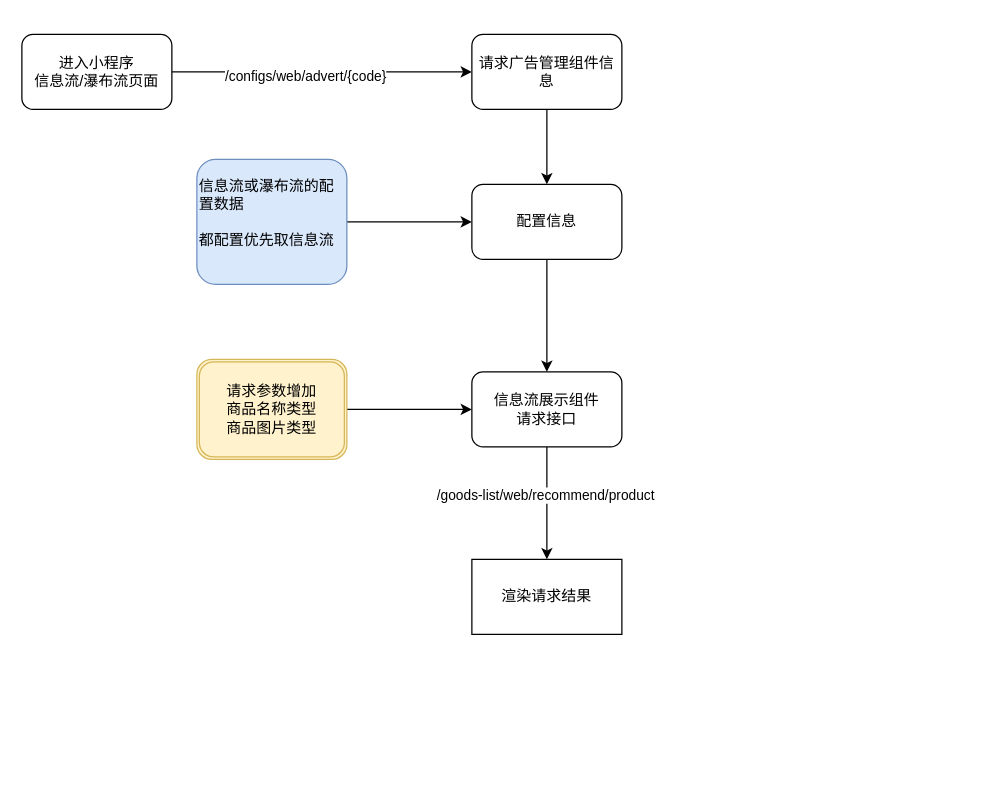
The draw.io diagram 小程序瀑布流.drawio in BwinYang/bwinyang, before the edit. Source tidied: cells renumbered, new cells numbered last; positions are measured from the earlier drawing's top-left corner, leaving out a move shared by most shapes. Both pictures are drawn from the tidied source at 125%, with x=0, y=0 at pixel (21, 34).
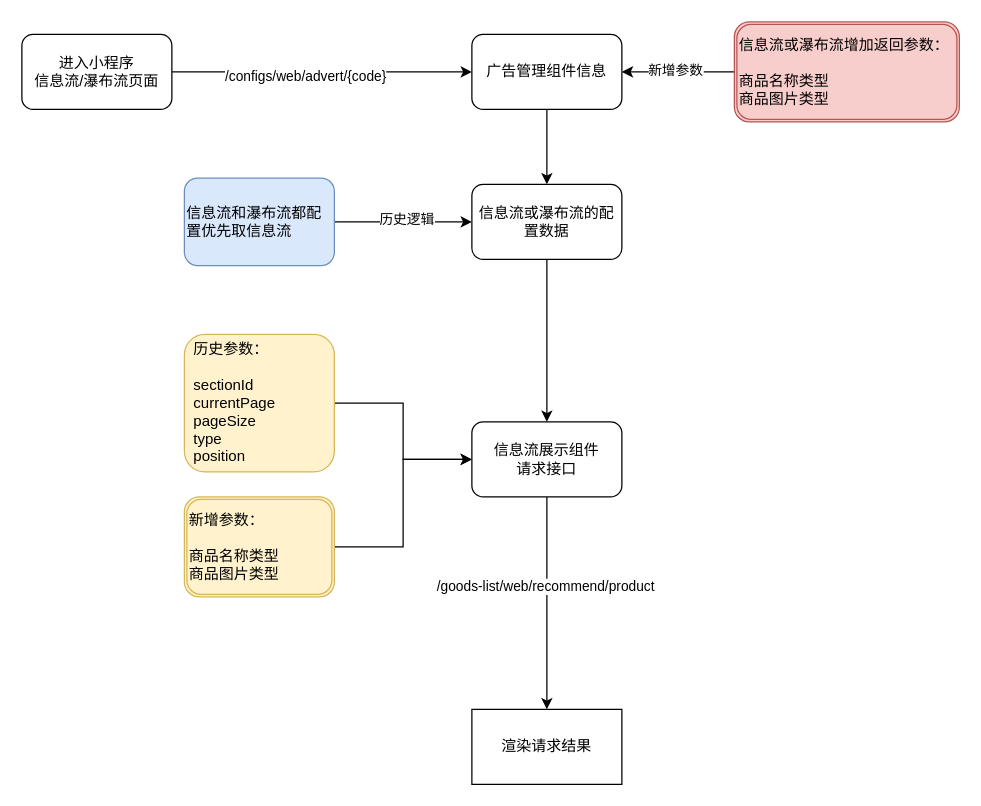
The same diagram, later.

Commit message (it also covers changes not shown here):
更新小程序瀑布流.drawio

Unchanged cells that the change refers to:
```xml
<mxCell id="10" style="edgeStyle=orthogonalEdgeStyle;rounded=0;jettySize=auto;html=1;" parent="1" edge="1" source="11" target="15">
  <mxGeometry relative="1" as="geometry" />
</mxCell>
```

The edit, as a diff of the source:
```diff
@@
-    <mxCell id="7" value="请求广告管理组件信息" style="rounded=1;whiteSpace=wrap;html=1;" parent="1" vertex="1">
+    <mxCell id="7" value="广告管理组件信息" style="rounded=1;whiteSpace=wrap;html=1;" parent="1" vertex="1">
       <mxGeometry x="360" width="120" height="60" as="geometry" />
     </mxCell>
@@
+    <mxCell id="18" value="历史逻辑" style="edgeLabel;html=1;align=center;verticalAlign=middle;" parent="10" vertex="1">
+      <mxGeometry x="0.03" y="3" relative="1" as="geometry" />
+    </mxCell>
-    <mxCell id="11" value="信息流或瀑布流的配置数据&lt;br&gt;&lt;br&gt;都配置优先取信息流&lt;br&gt;&lt;div style=&quot;&quot;&gt;&lt;br&gt;&lt;/div&gt;" style="rounded=1;whiteSpace=wrap;html=1;fillColor=#dae8fc;strokeColor=#6c8ebf;align=left;" parent="1" vertex="1">
-      <mxGeometry x="140" y="100" width="120" height="100" as="geometry" />
+    <mxCell id="11" value="&lt;br&gt;信息流和瀑布流都配置优先取信息流&lt;br&gt;&lt;div style=&quot;&quot;&gt;&lt;br&gt;&lt;/div&gt;" style="rounded=1;whiteSpace=wrap;html=1;fillColor=#dae8fc;strokeColor=#6c8ebf;align=left;" parent="1" vertex="1">
+      <mxGeometry x="130" y="115" width="120" height="70" as="geometry" />
     </mxCell>
     <mxCell id="12" value="信息流展示组件&lt;br&gt;请求接口" style="rounded=1;whiteSpace=wrap;html=1;" parent="1" vertex="1">
-      <mxGeometry x="360" y="270" width="120" height="60" as="geometry" />
+      <mxGeometry x="360" y="310" width="120" height="60" as="geometry" />
     </mxCell>
     <mxCell id="13" value="渲染请求结果" style="whiteSpace=wrap;html=1;" parent="1" vertex="1">
-      <mxGeometry x="360" y="420" width="120" height="60" as="geometry" />
+      <mxGeometry x="360" y="540" width="120" height="60" as="geometry" />
     </mxCell>
@@
-    <mxCell id="15" value="配置信息&lt;br&gt;" style="rounded=1;whiteSpace=wrap;html=1;" parent="1" vertex="1">
+    <mxCell id="15" value="信息流或瀑布流的配置数据" style="rounded=1;whiteSpace=wrap;html=1;" parent="1" vertex="1">
       <mxGeometry x="360" y="120" width="120" height="60" as="geometry" />
     </mxCell>
@@
-    <mxCell id="17" value="请求参数增加&lt;br&gt;商品名称类型&lt;br&gt;商品图片类型" style="shape=ext;double=1;rounded=1;whiteSpace=wrap;html=1;fillColor=#fff2cc;strokeColor=#d6b656;" parent="1" vertex="1">
-      <mxGeometry x="140" y="260" width="120" height="80" as="geometry" />
+    <mxCell id="17" value="新增参数：&lt;br&gt;&lt;br&gt;商品名称类型&lt;br&gt;商品图片类型" style="shape=ext;double=1;rounded=1;whiteSpace=wrap;html=1;fillColor=#fff2cc;strokeColor=#d6b656;align=left;" parent="1" vertex="1">
+      <mxGeometry x="130" y="370" width="120" height="80" as="geometry" />
     </mxCell>
+    <mxCell id="19" style="edgeStyle=orthogonalEdgeStyle;rounded=0;jettySize=auto;html=1;" parent="1" edge="1" source="21" target="7">
+      <mxGeometry relative="1" as="geometry" />
+    </mxCell>
+    <mxCell id="20" value="新增参数" style="edgeLabel;html=1;align=center;verticalAlign=middle;" parent="19" vertex="1">
+      <mxGeometry x="0.07" y="-2" relative="1" as="geometry" />
+    </mxCell>
+    <mxCell id="21" value="信息流或瀑布流增加返回参数：&lt;br&gt;&lt;br&gt;商品名称类型&lt;br style=&quot;border-color: var(--border-color);&quot;&gt;商品图片类型" style="shape=ext;double=1;rounded=1;whiteSpace=wrap;html=1;align=left;fillColor=#f8cecc;strokeColor=#b85450;" parent="1" vertex="1">
+      <mxGeometry x="570" y="-10" width="180" height="80" as="geometry" />
+    </mxCell>
+    <mxCell id="22" style="edgeStyle=orthogonalEdgeStyle;rounded=0;jettySize=auto;html=1;" parent="1" edge="1" source="23" target="12">
+      <mxGeometry relative="1" as="geometry" />
+    </mxCell>
+    <mxCell id="23" value="&lt;div style=&quot;border-color: var(--border-color); text-align: left;&quot;&gt;&amp;nbsp;&amp;nbsp;&lt;span style=&quot;background-color: initial;&quot;&gt;历史参数：&lt;/span&gt;&lt;/div&gt;&lt;div style=&quot;border-color: var(--border-color); text-align: left;&quot;&gt;&lt;span style=&quot;background-color: initial;&quot;&gt;&lt;br&gt;&lt;/span&gt;&lt;/div&gt;&lt;div style=&quot;border-color: var(--border-color); text-align: left;&quot;&gt;&amp;nbsp; sectionId&lt;/div&gt;&lt;div style=&quot;border-color: var(--border-color); text-align: left;&quot;&gt;&amp;nbsp; currentPage&amp;nbsp; &amp;nbsp; &amp;nbsp; &amp;nbsp;&amp;nbsp;pageSize&lt;span style=&quot;border-color: var(--border-color); background-color: initial;&quot;&gt;&lt;/span&gt;&lt;/div&gt;&lt;div style=&quot;border-color: var(--border-color); text-align: left;&quot;&gt;&amp;nbsp; type&lt;/div&gt;&lt;div style=&quot;border-color: var(--border-color); text-align: left;&quot;&gt;&amp;nbsp; position&lt;/div&gt;" style="rounded=1;whiteSpace=wrap;html=1;fillColor=#fff2cc;strokeColor=#d6b656;" parent="1" vertex="1">
+      <mxGeometry x="130" y="240" width="120" height="110" as="geometry" />
+    </mxCell>
```
